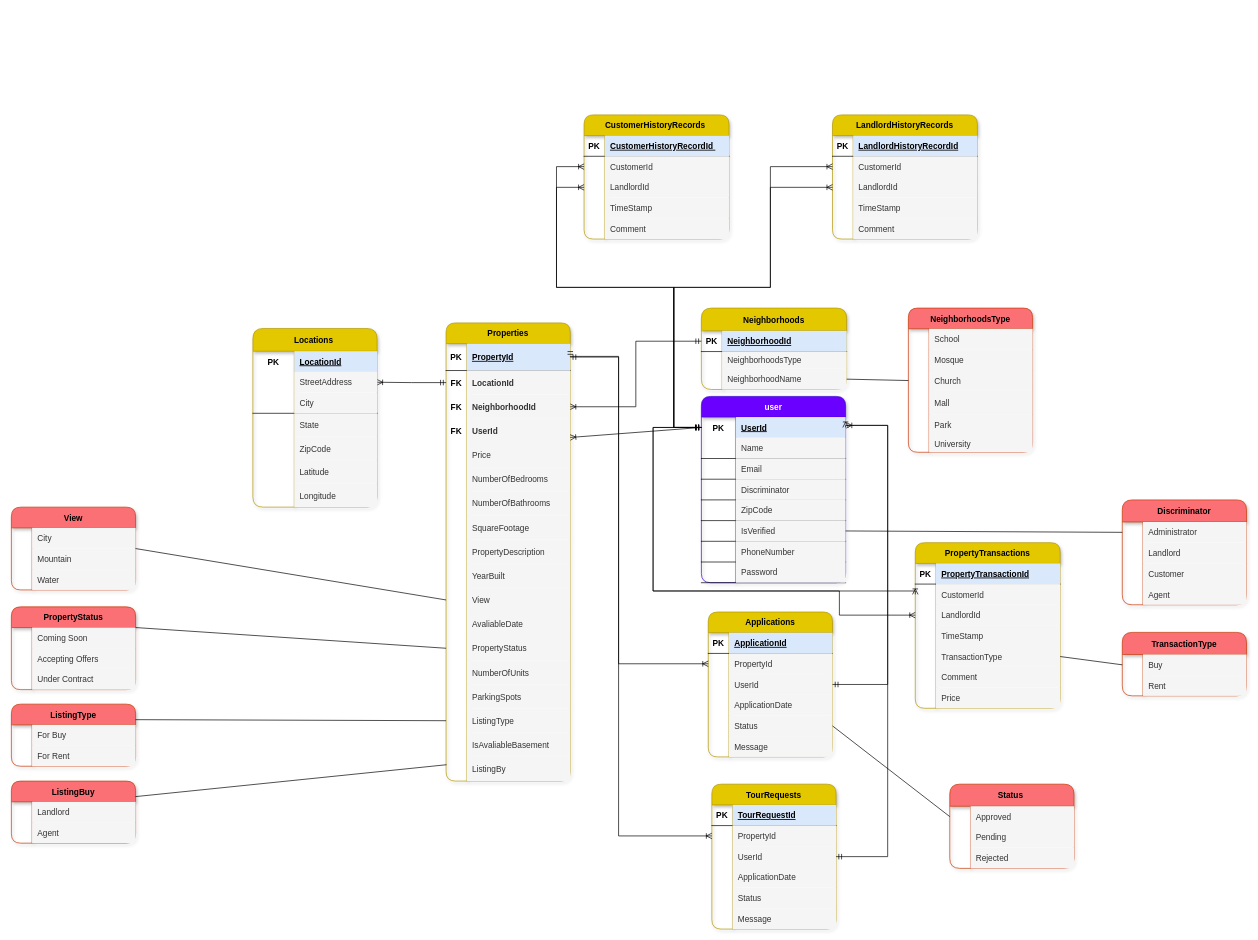
Earlier version of the draw.io diagram server/RedHouse_DB/RedHouse_DB_Model.drawio (BurhanAzem/RedHouse). Source tidied: cells renumbered, new cells numbered last; positions are measured from the earlier drawing's top-left corner, leaving out a move shared by most shapes. Both pictures are drawn from the tidied source at 69%, with x=0, y=0 at pixel (11, 115).
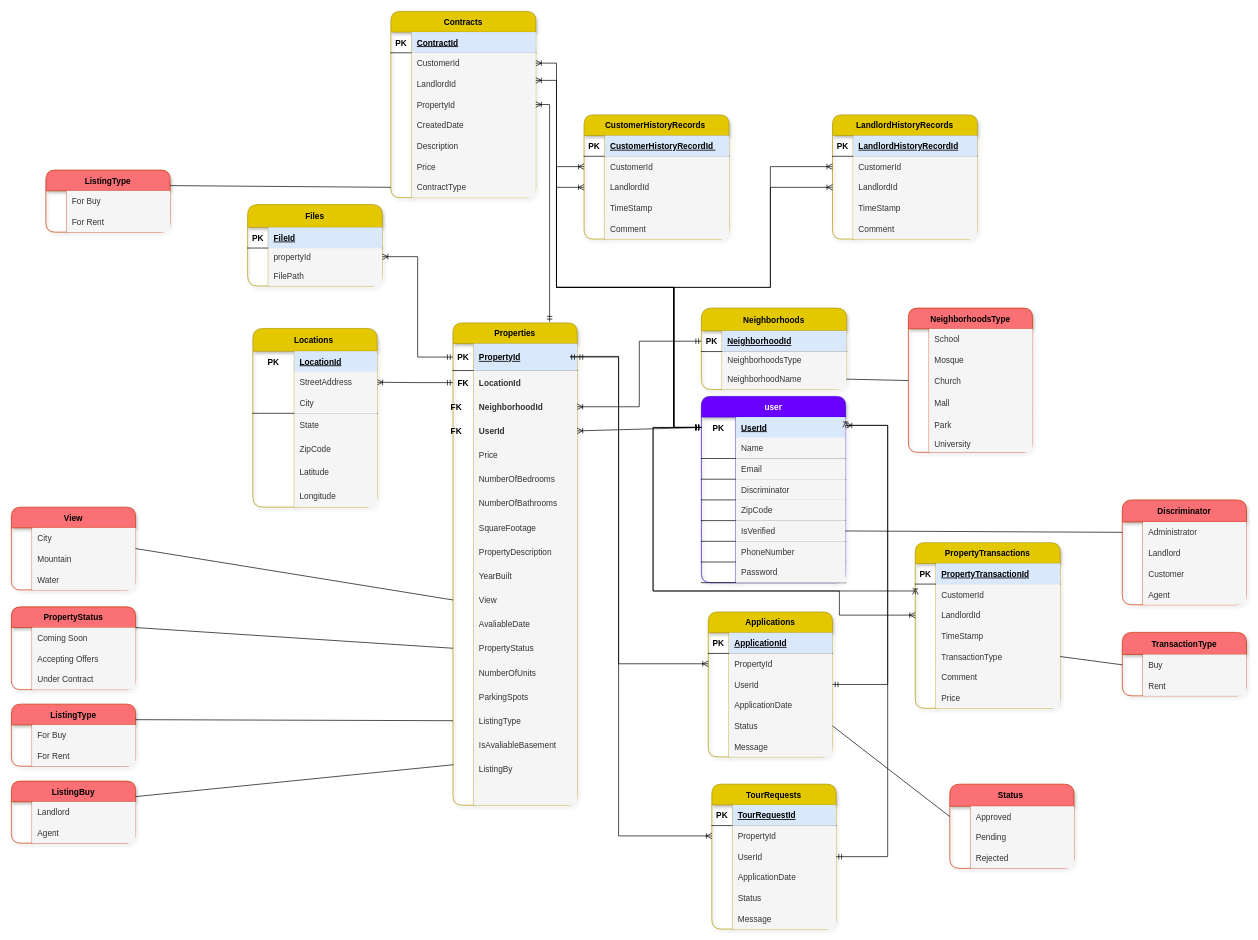
After the change.

The change refers to these unchanged cells:
```xml
<mxCell id="3" style="shape=tableRow;horizontal=0;startSize=0;swimlaneHead=0;swimlaneBody=0;fillColor=none;points=[[0,0.5],[1,0.5]];portConstraint=eastwest;top=0;left=0;right=0;bottom=1;" parent="2" vertex="1">
  <mxGeometry y="30" width="180" height="39" as="geometry" />
</mxCell>
<mxCell id="12" style="shape=tableRow;horizontal=0;startSize=0;swimlaneHead=0;swimlaneBody=0;fillColor=none;points=[[0,0.5],[1,0.5]];portConstraint=eastwest;top=0;left=0;right=0;bottom=0;" parent="2" vertex="1">
  <mxGeometry y="139" width="180" height="35" as="geometry" />
</mxCell>
<mxCell id="125" style="shape=tableRow;horizontal=0;startSize=0;swimlaneHead=0;swimlaneBody=0;fillColor=none;points=[[0,0.5],[1,0.5]];portConstraint=eastwest;top=0;left=0;right=0;bottom=0;" parent="124" vertex="1">
  <mxGeometry y="30" width="209" height="30" as="geometry" />
</mxCell>
```

Change to the diagram source:
```diff
@@
     <mxCell id="2" value="Properties" style="shape=table;startSize=30;childLayout=tableLayout;rowLines=0;fontStyle=1;align=center;fillColor=#e3c800;strokeColor=#B09500;rounded=1;shadow=1;fontColor=#000000;" parent="1" vertex="1">
-      <mxGeometry x="630" y="301.5" width="180" height="664" as="geometry" />
+      <mxGeometry x="640" y="301.5" width="180" height="699" as="geometry" />
     </mxCell>
@@
+    <mxCell id="315" style="shape=tableRow;horizontal=0;startSize=0;swimlaneHead=0;swimlaneBody=0;fillColor=none;top=0;left=0;right=0;bottom=0;" parent="2" vertex="1">
+      <mxGeometry y="664" width="180" height="35" as="geometry" />
+    </mxCell>
+    <mxCell id="316" style="shape=partialRectangle;fillColor=none;top=0;left=0;bottom=0;right=0;overflow=hidden;" parent="315" vertex="1">
+      <mxGeometry width="30" height="35" as="geometry" />
+    </mxCell>
+    <mxCell id="317" style="shape=partialRectangle;fillColor=#f5f5f5;top=0;left=0;bottom=0;right=0;align=left;spacingLeft=6;overflow=hidden;strokeColor=#666666;fontColor=#333333;" parent="315" vertex="1">
+      <mxGeometry x="30" width="150" height="35" as="geometry" />
+    </mxCell>
@@
-    <mxCell id="165" style="fontSize=12;html=1;endArrow=ERoneToMany;startArrow=ERmandOne;rounded=0;exitX=0;exitY=0.5;exitDx=0;exitDy=0;entryX=1;entryY=0.25;entryDx=0;entryDy=0;" parent="1" edge="1" source="125" target="2">
+    <mxCell id="165" style="fontSize=12;html=1;endArrow=ERoneToMany;startArrow=ERmandOne;rounded=0;exitX=0;exitY=0.5;exitDx=0;exitDy=0;entryX=1;entryY=0.5;entryDx=0;entryDy=0;" parent="1" edge="1" source="125" target="12">
       <mxGeometry relative="1" as="geometry" />
     </mxCell>
@@
+    <mxCell id="318" value="Files" style="shape=table;startSize=33;childLayout=tableLayout;rowLines=0;fontStyle=1;align=center;fillColor=#e3c800;strokeColor=#B09500;rounded=1;shadow=1;fontColor=#000000;" parent="1" vertex="1">
+      <mxGeometry x="342.4" y="130" width="195.2" height="118" as="geometry" />
+    </mxCell>
+    <mxCell id="319" style="shape=tableRow;horizontal=0;startSize=0;swimlaneHead=0;swimlaneBody=0;fillColor=none;top=0;left=0;right=0;bottom=1;" parent="318" vertex="1">
+      <mxGeometry y="33" width="195.2" height="30" as="geometry" />
+    </mxCell>
+    <mxCell id="320" value="PK" style="shape=partialRectangle;fillColor=none;top=0;left=0;bottom=0;right=0;fontStyle=1;overflow=hidden;" parent="319" vertex="1">
+      <mxGeometry width="30" height="30" as="geometry" />
+    </mxCell>
+    <mxCell id="321" value="FileId" style="shape=partialRectangle;fillColor=#dae8fc;top=0;left=0;bottom=0;right=0;align=left;spacingLeft=6;fontStyle=5;overflow=hidden;strokeColor=#6c8ebf;" parent="319" vertex="1">
+      <mxGeometry x="30" width="165.2" height="30" as="geometry" />
+    </mxCell>
+    <mxCell id="322" style="shape=tableRow;horizontal=0;startSize=0;swimlaneHead=0;swimlaneBody=0;fillColor=none;points=[[0,0.5],[1,0.5]];portConstraint=eastwest;top=0;left=0;right=0;bottom=0;" parent="318" vertex="1">
+      <mxGeometry y="63" width="195.2" height="25" as="geometry" />
+    </mxCell>
+    <mxCell id="323" style="shape=partialRectangle;fillColor=none;top=0;left=0;bottom=0;right=0;overflow=hidden;" parent="322" vertex="1">
+      <mxGeometry width="30" height="25" as="geometry" />
+    </mxCell>
+    <mxCell id="324" value="propertyId" style="shape=partialRectangle;fillColor=#f5f5f5;top=0;left=0;bottom=0;right=0;align=left;spacingLeft=6;overflow=hidden;strokeColor=#666666;fontColor=#333333;" parent="322" vertex="1">
+      <mxGeometry x="30" width="165.2" height="25" as="geometry" />
+    </mxCell>
+    <mxCell id="325" style="shape=tableRow;horizontal=0;startSize=0;swimlaneHead=0;swimlaneBody=0;fillColor=none;top=0;left=0;right=0;bottom=0;" parent="318" vertex="1">
+      <mxGeometry y="88" width="195.2" height="30" as="geometry" />
+    </mxCell>
+    <mxCell id="326" style="shape=partialRectangle;fillColor=none;top=0;left=0;bottom=0;right=0;overflow=hidden;" parent="325" vertex="1">
+      <mxGeometry width="30" height="30" as="geometry" />
+    </mxCell>
+    <mxCell id="327" value="FilePath" style="shape=partialRectangle;fillColor=#f5f5f5;top=0;left=0;bottom=0;right=0;align=left;spacingLeft=6;overflow=hidden;strokeColor=#666666;fontColor=#333333;" parent="325" vertex="1">
+      <mxGeometry x="30" width="165.2" height="30" as="geometry" />
+    </mxCell>
+    <mxCell id="328" style="edgeStyle=orthogonalEdgeStyle;fontSize=12;html=1;endArrow=ERoneToMany;startArrow=ERmandOne;rounded=0;exitX=0;exitY=0.5;exitDx=0;exitDy=0;entryX=1;entryY=0.5;entryDx=0;entryDy=0;elbow=vertical;" parent="1" edge="1" source="3" target="322">
+      <mxGeometry relative="1" as="geometry" />
+    </mxCell>
+    <mxCell id="329" value="Contracts" style="shape=table;startSize=30;childLayout=tableLayout;rowLines=0;fontStyle=1;align=center;fillColor=#e3c800;strokeColor=#B09500;rounded=1;shadow=1;fontColor=#000000;" parent="1" vertex="1">
+      <mxGeometry x="550" y="-150" width="210" height="270" as="geometry" />
+    </mxCell>
+    <mxCell id="330" style="shape=tableRow;horizontal=0;startSize=0;swimlaneHead=0;swimlaneBody=0;fillColor=none;top=0;left=0;right=0;bottom=1;" parent="329" vertex="1">
+      <mxGeometry y="30" width="210" height="30" as="geometry" />
+    </mxCell>
+    <mxCell id="331" value="PK" style="shape=partialRectangle;fillColor=none;top=0;left=0;bottom=0;right=0;fontStyle=1;overflow=hidden;" parent="330" vertex="1">
+      <mxGeometry width="30" height="30" as="geometry" />
+    </mxCell>
+    <mxCell id="332" value="ContractId" style="shape=partialRectangle;fillColor=#dae8fc;top=0;left=0;bottom=0;right=0;align=left;spacingLeft=6;fontStyle=5;overflow=hidden;strokeColor=#6c8ebf;" parent="330" vertex="1">
+      <mxGeometry x="30" width="180" height="30" as="geometry" />
+    </mxCell>
+    <mxCell id="333" style="shape=tableRow;horizontal=0;startSize=0;swimlaneHead=0;swimlaneBody=0;fillColor=none;points=[[0,0.5],[1,0.5]];portConstraint=eastwest;top=0;left=0;right=0;bottom=0;" parent="329" vertex="1">
+      <mxGeometry y="60" width="210" height="30" as="geometry" />
+    </mxCell>
+    <mxCell id="334" style="shape=partialRectangle;fillColor=none;top=0;left=0;bottom=0;right=0;overflow=hidden;" parent="333" vertex="1">
+      <mxGeometry width="30" height="30" as="geometry" />
+    </mxCell>
+    <mxCell id="335" value="CustomerId" style="shape=partialRectangle;fillColor=#f5f5f5;top=0;left=0;bottom=0;right=0;align=left;spacingLeft=6;overflow=hidden;strokeColor=#666666;fontColor=#333333;" parent="333" vertex="1">
+      <mxGeometry x="30" width="180" height="30" as="geometry" />
+    </mxCell>
+    <mxCell id="336" style="shape=tableRow;horizontal=0;startSize=0;swimlaneHead=0;swimlaneBody=0;fillColor=none;top=0;left=0;right=0;bottom=0;" parent="329" vertex="1">
+      <mxGeometry y="90" width="210" height="30" as="geometry" />
+    </mxCell>
+    <mxCell id="337" style="shape=partialRectangle;fillColor=none;top=0;left=0;bottom=0;right=0;overflow=hidden;" parent="336" vertex="1">
+      <mxGeometry width="30" height="30" as="geometry" />
+    </mxCell>
+    <mxCell id="338" value="LandlordId" style="shape=partialRectangle;fillColor=#f5f5f5;top=0;left=0;bottom=0;right=0;align=left;spacingLeft=6;overflow=hidden;strokeColor=#666666;fontColor=#333333;" parent="336" vertex="1">
+      <mxGeometry x="30" width="180" height="30" as="geometry" />
+    </mxCell>
+    <mxCell id="339" style="shape=tableRow;horizontal=0;startSize=0;swimlaneHead=0;swimlaneBody=0;fillColor=none;top=0;left=0;right=0;bottom=0;" parent="329" vertex="1">
+      <mxGeometry y="120" width="210" height="30" as="geometry" />
+    </mxCell>
+    <mxCell id="340" style="shape=partialRectangle;fillColor=none;top=0;left=0;bottom=0;right=0;overflow=hidden;" parent="339" vertex="1">
+      <mxGeometry width="30" height="30" as="geometry" />
+    </mxCell>
+    <mxCell id="341" value="PropertyId" style="shape=partialRectangle;fillColor=#f5f5f5;top=0;left=0;bottom=0;right=0;align=left;spacingLeft=6;overflow=hidden;strokeColor=#666666;fontColor=#333333;" parent="339" vertex="1">
+      <mxGeometry x="30" width="180" height="30" as="geometry" />
+    </mxCell>
+    <mxCell id="342" style="shape=tableRow;horizontal=0;startSize=0;swimlaneHead=0;swimlaneBody=0;fillColor=none;top=0;left=0;right=0;bottom=0;" parent="329" vertex="1">
+      <mxGeometry y="150" width="210" height="30" as="geometry" />
+    </mxCell>
+    <mxCell id="343" style="shape=partialRectangle;fillColor=none;top=0;left=0;bottom=0;right=0;overflow=hidden;" parent="342" vertex="1">
+      <mxGeometry width="30" height="30" as="geometry" />
+    </mxCell>
+    <mxCell id="344" value="CreatedDate" style="shape=partialRectangle;fillColor=#f5f5f5;top=0;left=0;bottom=0;right=0;align=left;spacingLeft=6;overflow=hidden;strokeColor=#666666;fontColor=#333333;" parent="342" vertex="1">
+      <mxGeometry x="30" width="180" height="30" as="geometry" />
+    </mxCell>
+    <mxCell id="345" style="shape=tableRow;horizontal=0;startSize=0;swimlaneHead=0;swimlaneBody=0;fillColor=none;top=0;left=0;right=0;bottom=0;" parent="329" vertex="1">
+      <mxGeometry y="180" width="210" height="30" as="geometry" />
+    </mxCell>
+    <mxCell id="346" style="shape=partialRectangle;fillColor=none;top=0;left=0;bottom=0;right=0;overflow=hidden;" parent="345" vertex="1">
+      <mxGeometry width="30" height="30" as="geometry" />
+    </mxCell>
+    <mxCell id="347" value="Description" style="shape=partialRectangle;fillColor=#f5f5f5;top=0;left=0;bottom=0;right=0;align=left;spacingLeft=6;overflow=hidden;strokeColor=#666666;fontColor=#333333;" parent="345" vertex="1">
+      <mxGeometry x="30" width="180" height="30" as="geometry" />
+    </mxCell>
+    <mxCell id="348" style="shape=tableRow;horizontal=0;startSize=0;swimlaneHead=0;swimlaneBody=0;fillColor=none;top=0;left=0;right=0;bottom=0;" parent="329" vertex="1">
+      <mxGeometry y="210" width="210" height="30" as="geometry" />
+    </mxCell>
+    <mxCell id="349" style="shape=partialRectangle;fillColor=none;top=0;left=0;bottom=0;right=0;overflow=hidden;" parent="348" vertex="1">
+      <mxGeometry width="30" height="30" as="geometry" />
+    </mxCell>
+    <mxCell id="350" value="Price" style="shape=partialRectangle;fillColor=#f5f5f5;top=0;left=0;bottom=0;right=0;align=left;spacingLeft=6;overflow=hidden;strokeColor=#666666;fontColor=#333333;" parent="348" vertex="1">
+      <mxGeometry x="30" width="180" height="30" as="geometry" />
+    </mxCell>
+    <mxCell id="351" style="shape=tableRow;horizontal=0;startSize=0;swimlaneHead=0;swimlaneBody=0;fillColor=none;points=[[0,0.5],[1,0.5]];portConstraint=eastwest;top=0;left=0;right=0;bottom=0;" parent="329" vertex="1">
+      <mxGeometry y="240" width="210" height="30" as="geometry" />
+    </mxCell>
+    <mxCell id="352" style="shape=partialRectangle;fillColor=none;top=0;left=0;bottom=0;right=0;overflow=hidden;" parent="351" vertex="1">
+      <mxGeometry width="30" height="30" as="geometry" />
+    </mxCell>
+    <mxCell id="353" value="ContractType" style="shape=partialRectangle;fillColor=#f5f5f5;top=0;left=0;bottom=0;right=0;align=left;spacingLeft=6;overflow=hidden;strokeColor=#666666;fontColor=#333333;" parent="351" vertex="1">
+      <mxGeometry x="30" width="180" height="30" as="geometry" />
+    </mxCell>
+    <mxCell id="354" value="ListingType" style="shape=table;startSize=30;childLayout=tableLayout;rowLines=0;fontStyle=1;align=center;fillColor=#FA7075;strokeColor=#C73500;rounded=1;shadow=1;fontColor=#000000;" parent="1" vertex="1">
+      <mxGeometry x="50" y="80" width="180" height="90" as="geometry" />
+    </mxCell>
+    <mxCell id="355" style="shape=tableRow;horizontal=0;startSize=0;swimlaneHead=0;swimlaneBody=0;fillColor=none;top=0;left=0;right=0;bottom=0;" parent="354" vertex="1">
+      <mxGeometry y="30" width="180" height="30" as="geometry" />
+    </mxCell>
+    <mxCell id="356" style="shape=partialRectangle;fillColor=none;top=0;left=0;bottom=0;right=0;overflow=hidden;" parent="355" vertex="1">
+      <mxGeometry width="30" height="30" as="geometry" />
+    </mxCell>
+    <mxCell id="357" value="For Buy" style="shape=partialRectangle;fillColor=#f5f5f5;top=0;left=0;bottom=0;right=0;align=left;spacingLeft=6;overflow=hidden;strokeColor=#666666;fontColor=#333333;" parent="355" vertex="1">
+      <mxGeometry x="30" width="150" height="30" as="geometry" />
+    </mxCell>
+    <mxCell id="358" style="shape=tableRow;horizontal=0;startSize=0;swimlaneHead=0;swimlaneBody=0;fillColor=none;top=0;left=0;right=0;bottom=0;" parent="354" vertex="1">
+      <mxGeometry y="60" width="180" height="30" as="geometry" />
+    </mxCell>
+    <mxCell id="359" style="shape=partialRectangle;fillColor=none;top=0;left=0;bottom=0;right=0;overflow=hidden;" parent="358" vertex="1">
+      <mxGeometry width="30" height="30" as="geometry" />
+    </mxCell>
+    <mxCell id="360" value="For Rent" style="shape=partialRectangle;fillColor=#f5f5f5;top=0;left=0;bottom=0;right=0;align=left;spacingLeft=6;overflow=hidden;strokeColor=#666666;fontColor=#333333;" parent="358" vertex="1">
+      <mxGeometry x="30" width="150" height="30" as="geometry" />
+    </mxCell>
+    <mxCell id="361" style="endArrow=none;html=1;rounded=0;exitX=1;exitY=0.25;exitDx=0;exitDy=0;entryX=0;entryY=0.5;entryDx=0;entryDy=0;" parent="1" edge="1" source="354" target="351">
+      <mxGeometry relative="1" as="geometry" />
+    </mxCell>
+    <mxCell id="362" style="fontSize=12;html=1;endArrow=ERoneToMany;startArrow=ERmandOne;rounded=0;edgeStyle=orthogonalEdgeStyle;entryX=1;entryY=0.5;entryDx=0;entryDy=0;exitX=0;exitY=0.5;exitDx=0;exitDy=0;" parent="1" edge="1" source="125" target="333">
+      <mxGeometry relative="1" as="geometry">
+        <Array as="points">
+          <mxPoint x="960" y="453" />
+          <mxPoint x="960" y="250" />
+          <mxPoint x="790" y="250" />
+          <mxPoint x="790" y="-75" />
+        </Array>
+      </mxGeometry>
+    </mxCell>
+    <mxCell id="363" style="fontSize=12;html=1;endArrow=ERoneToMany;startArrow=ERmandOne;rounded=0;edgeStyle=orthogonalEdgeStyle;exitX=0;exitY=0.5;exitDx=0;exitDy=0;" parent="1" edge="1" source="125">
+      <mxGeometry relative="1" as="geometry">
+        <mxPoint x="760" y="-50" as="targetPoint" />
+        <Array as="points">
+          <mxPoint x="960" y="453" />
+          <mxPoint x="960" y="250" />
+          <mxPoint x="790" y="250" />
+          <mxPoint x="790" y="-50" />
+        </Array>
+      </mxGeometry>
+    </mxCell>
+    <mxCell id="364" style="fontSize=12;html=1;endArrow=ERoneToMany;startArrow=ERmandOne;rounded=0;entryX=1;entryY=0.5;entryDx=0;entryDy=0;edgeStyle=orthogonalEdgeStyle;" parent="1" edge="1" target="329">
+      <mxGeometry x="0.91" y="135" relative="1" as="geometry">
+        <mxPoint x="780" y="300" as="sourcePoint" />
+        <Array as="points">
+          <mxPoint x="780" y="-15" />
+        </Array>
+      </mxGeometry>
+    </mxCell>
```
